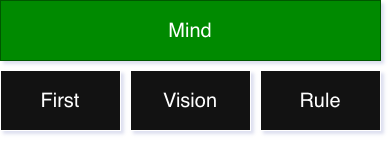
Above: design/mind.png in kashanimorteza/economy_document (draw.io), before the change. Source tidied: cells renumbered, new cells last; positions are measured from the earlier drawing's top-left corner, leaving out a move shared by most shapes.
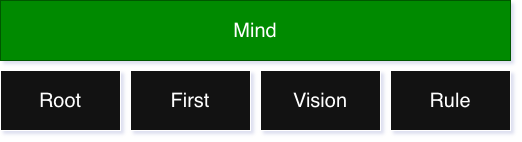
Above is the later version.

Diff of the diagram source:
```diff
@@ -12,7 +12,10 @@
       <mxGeometry y="70" width="120" height="60" as="geometry" />
     </mxCell>
     <mxCell id="5" value="Mind" style="whiteSpace=wrap;html=1;fontSize=20;fontColor=#ffffff;fillColor=#008a00;strokeColor=#005700;" parent="1" vertex="1">
-      <mxGeometry width="380" height="60" as="geometry" />
+      <mxGeometry x="-130" width="510" height="60" as="geometry" />
     </mxCell>
+    <mxCell id="6" value="Root" style="whiteSpace=wrap;html=1;fontSize=20;" parent="1" vertex="1">
+      <mxGeometry x="-130" y="70" width="120" height="60" as="geometry" />
+    </mxCell>
   </root>
 </mxGraphModel>
```
